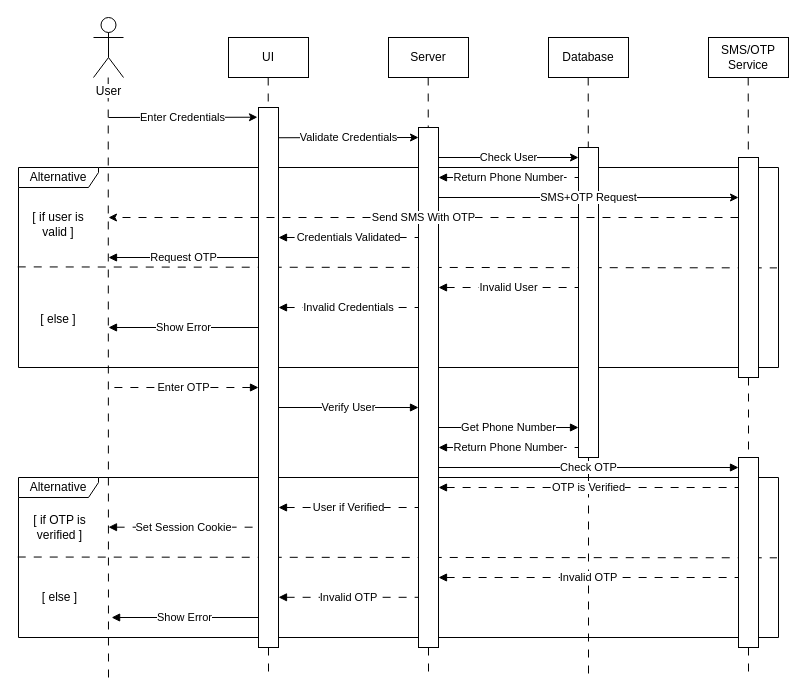
Above: etc/UMLs/Login_Sequence_Diagram.drawio in IlyaShelestov/Electronic-Voting-System (draw.io), before the change. Source tidied: cells renumbered, new cells numbered last; positions are measured from the earlier drawing's top-left corner, leaving out a move shared by most shapes. Both pictures are drawn from the tidied source at 100%, with x=0, y=0 at pixel (18, 17).
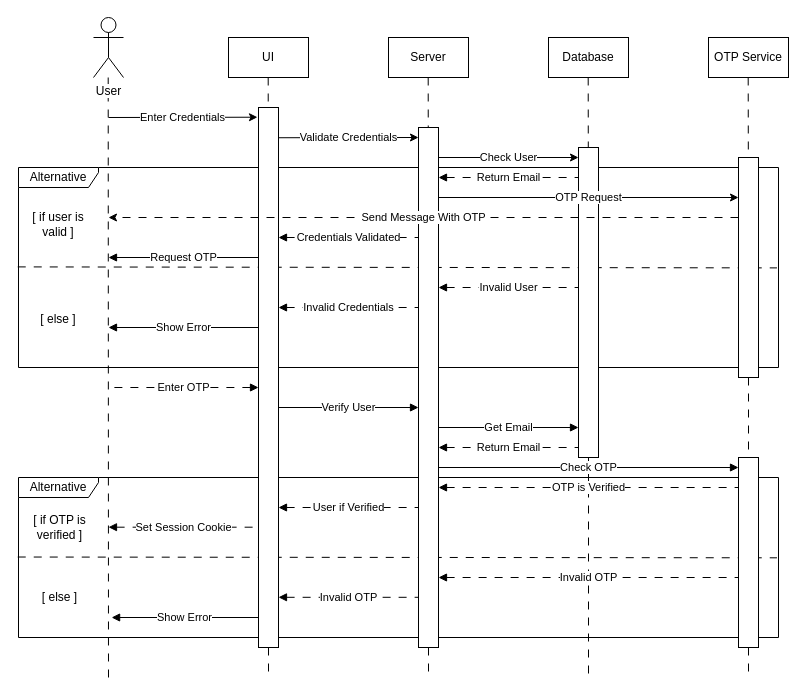
After the change.

Change to the diagram source:
```diff
@@
-    <mxCell id="13" value="Return Phone Number" style="endArrow=none;html=1;rounded=0;startArrow=block;startFill=1;dashed=1;dashPattern=8 8;" parent="1" edge="1">
+    <mxCell id="13" value="Return Email" style="endArrow=none;html=1;rounded=0;startArrow=block;startFill=1;dashed=1;dashPattern=8 8;" parent="1" edge="1">
       <mxGeometry relative="1" as="geometry">
         <mxPoint x="420" y="160" as="sourcePoint" />
         <mxPoint x="560" y="160" as="targetPoint" />
       </mxGeometry>
     </mxCell>
@@
-    <mxCell id="18" value="Get Phone Number" style="endArrow=none;html=1;rounded=0;startArrow=block;startFill=1;" parent="1" edge="1">
+    <mxCell id="18" value="Get Email" style="endArrow=none;html=1;rounded=0;startArrow=block;startFill=1;" parent="1" edge="1">
       <mxGeometry relative="1" as="geometry">
         <mxPoint x="560" y="410" as="sourcePoint" />
         <mxPoint x="420" y="410" as="targetPoint" />
       </mxGeometry>
     </mxCell>
-    <mxCell id="19" value="Return Phone Number" style="endArrow=none;html=1;rounded=0;startArrow=block;startFill=1;dashed=1;dashPattern=8 8;" parent="1" edge="1">
+    <mxCell id="19" value="Return Email" style="endArrow=none;html=1;rounded=0;startArrow=block;startFill=1;dashed=1;dashPattern=8 8;" parent="1" edge="1">
       <mxGeometry relative="1" as="geometry">
         <mxPoint x="420" y="430" as="sourcePoint" />
         <mxPoint x="560" y="430" as="targetPoint" />
       </mxGeometry>
     </mxCell>
@@
-    <mxCell id="43" value="SMS/OTP Service" style="rounded=0;whiteSpace=wrap;html=1;" parent="1" vertex="1">
+    <mxCell id="43" value="OTP Service" style="rounded=0;whiteSpace=wrap;html=1;" parent="1" vertex="1">
       <mxGeometry x="690" y="20" width="80" height="40" as="geometry" />
     </mxCell>
@@
-    <mxCell id="45" value="SMS+OTP Request" style="endArrow=classic;html=1;rounded=0;" parent="1" edge="1">
+    <mxCell id="45" value="OTP Request" style="endArrow=classic;html=1;rounded=0;" parent="1" edge="1">
       <mxGeometry relative="1" as="geometry">
         <mxPoint x="420" y="180" as="sourcePoint" />
         <mxPoint x="720" y="180" as="targetPoint" />
       </mxGeometry>
     </mxCell>
-    <mxCell id="46" value="Send SMS With OTP" style="endArrow=classic;html=1;rounded=0;dashed=1;dashPattern=8 8;" parent="1" edge="1">
+    <mxCell id="46" value="Send Message With OTP" style="endArrow=classic;html=1;rounded=0;dashed=1;dashPattern=8 8;" parent="1" edge="1">
       <mxGeometry relative="1" as="geometry">
         <mxPoint x="720" y="200" as="sourcePoint" />
         <mxPoint x="90" y="200" as="targetPoint" />
       </mxGeometry>
     </mxCell>
```
